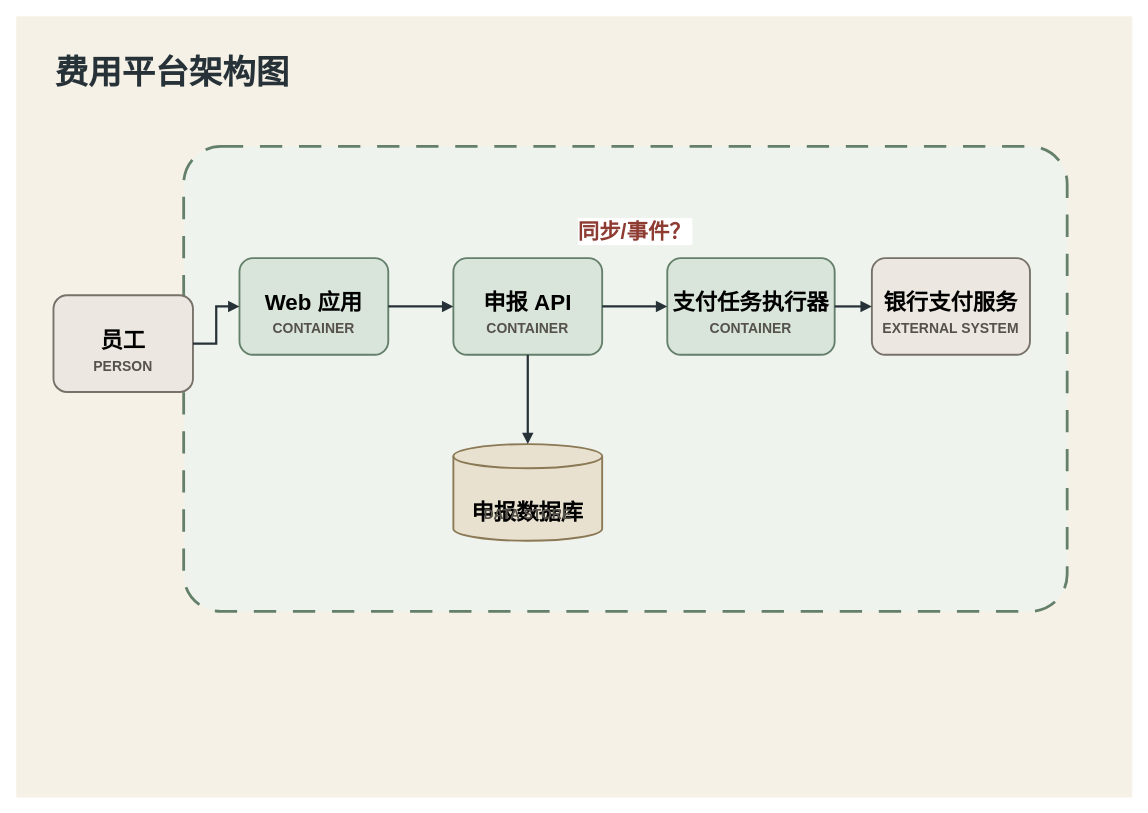
Before: diagrams/mod-12-architecture-review-problem.drawio in sealday/tego-arch, a draw.io diagram. Source tidied: cells renumbered, new cells numbered last; positions are measured from the earlier drawing's top-left corner, leaving out a move shared by most shapes. Both pictures are drawn from the tidied source at 93%, with x=0, y=0 at pixel (16, 16).
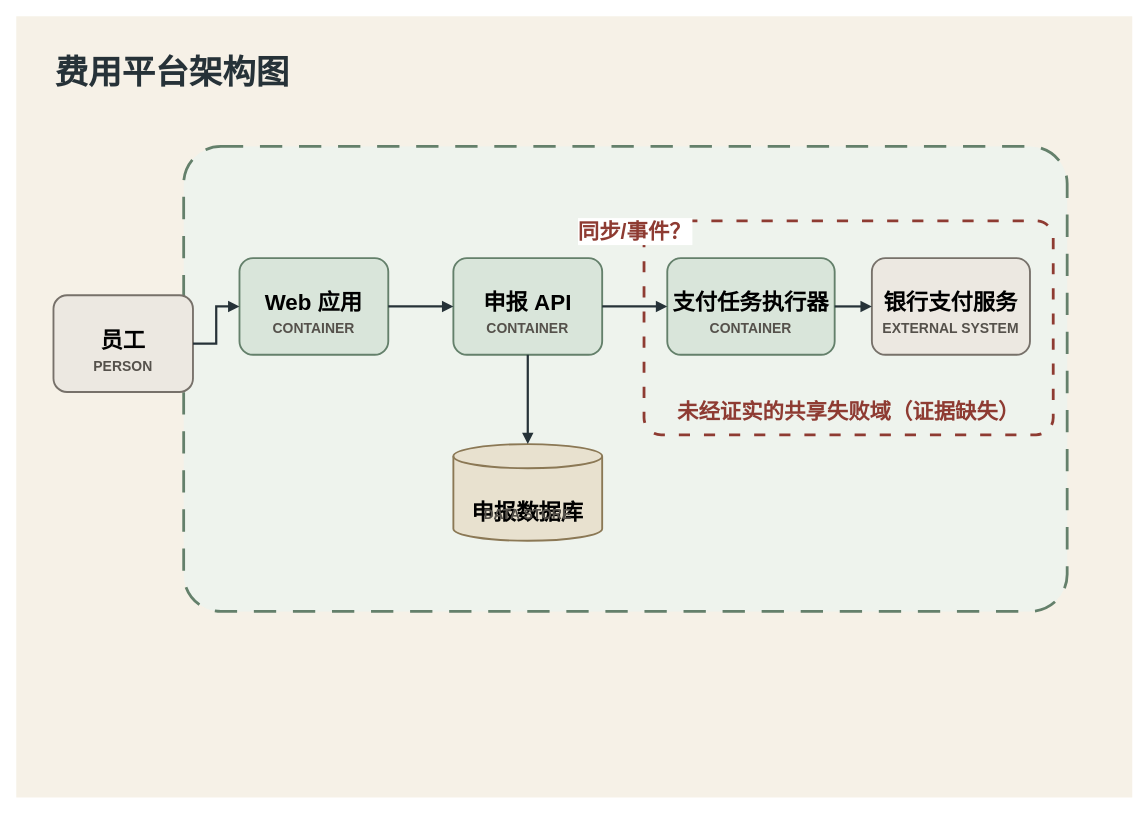
The same diagram, later.

Commit message (it also covers changes not shown here):
fix: align mod12 review semantics

The edit, as a diff of the source:
```diff
@@
+    <mxCell id="22" value="未经证实的共享失败域（证据缺失）" style="rounded=1;arcSize=8;whiteSpace=wrap;html=0;fillColor=none;strokeColor=#8E3B32;strokeWidth=3;dashed=1;dashPattern=4 5;align=center;verticalAlign=bottom;spacingBottom=8;fontSize=23;fontStyle=1;fontColor=#8E3B32;" parent="1" vertex="1">
+      <mxGeometry x="675" y="220" width="440" height="230" as="geometry" />
+    </mxCell>
```
